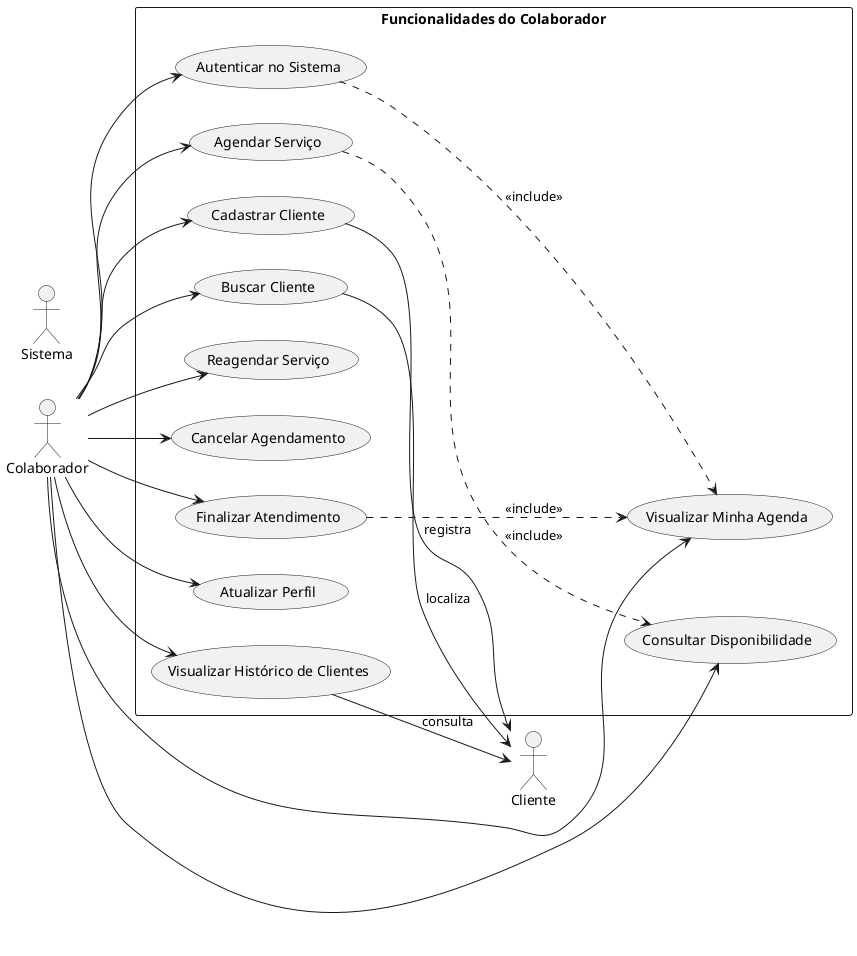
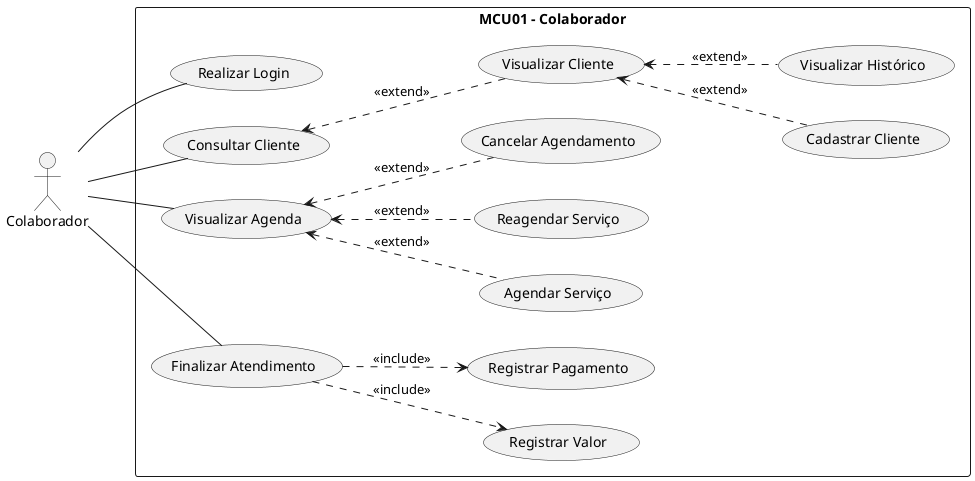
- @startuml Casos de Uso - Colaborador
+ @startuml
left to right direction

- ' ========== ATORES ==========
- :Colaborador: as Colaborador
- :Cliente: as Cliente
- :Sistema: as Sistema
+ actor "Colaborador" as colaborador

- ' ========== CASOS DE USO DO COLABORADOR ==========
- rectangle "Funcionalidades do Colaborador" {
-     usecase "Autenticar no Sistema" as UC_Auth
-     usecase "Cadastrar Cliente" as UC_CadastrarCliente
-     usecase "Buscar Cliente" as UC_BuscarCliente
-     usecase "Agendar Serviço" as UC_Agendar
-     usecase "Reagendar Serviço" as UC_Reagendar
-     usecase "Cancelar Agendamento" as UC_Cancelar
-     usecase "Finalizar Atendimento" as UC_Finalizar
-     usecase "Consultar Disponibilidade" as UC_ConsultarDisp
-     usecase "Visualizar Minha Agenda" as UC_VisAgenda
-     usecase "Atualizar Perfil" as UC_AtualizarPerfil
-     usecase "Visualizar Histórico de Clientes" as UC_HistoricoCliente
+ rectangle "MCU01 - Colaborador"{
+ 
+     usecase "Realizar Login" as login
+ 
+     usecase "Cadastrar Cliente" as cadastrar_cliente
+     usecase "Consultar Cliente" as buscar_cliente
+     usecase "Visualizar Cliente" as visualizar_cliente
+     usecase "Visualizar Histórico" as visualizar_historico
+ 
+     usecase "Agendar Serviço" as agendar
+     usecase "Reagendar Serviço" as reagendar
+     usecase "Cancelar Agendamento" as cancelar
+     usecase "Visualizar Agenda" as visualizar_agenda
+ 
+     usecase "Finalizar Atendimento" as finalizar
+     usecase "Registrar Valor" as registrar_valor
+     usecase "Registrar Pagamento" as registrar_pagamento
}

- ' ========== RELACIONAMENTOS ==========
- Colaborador --> UC_Auth
- Colaborador --> UC_CadastrarCliente
- Colaborador --> UC_BuscarCliente
- Colaborador --> UC_Agendar
- Colaborador --> UC_Reagendar
- Colaborador --> UC_Cancelar
- Colaborador --> UC_Finalizar
- Colaborador --> UC_ConsultarDisp
- Colaborador --> UC_VisAgenda
- Colaborador --> UC_AtualizarPerfil
- Colaborador --> UC_HistoricoCliente
+ colaborador -- login

- ' ========== RELACIONAMENTOS COM ENTIDADES ==========
- UC_CadastrarCliente --> Cliente : registra
- UC_BuscarCliente --> Cliente : localiza
- UC_HistoricoCliente --> Cliente : consulta
+ colaborador -- buscar_cliente
+ buscar_cliente <.. visualizar_cliente : <<extend>>
+ visualizar_cliente <.. visualizar_historico : <<extend>>
+ visualizar_cliente <.. cadastrar_cliente : <<extend>>

- ' ========== RELACIONAMENTOS DE INCLUSÃO ==========
- UC_Agendar -.-> UC_ConsultarDisp : <<include>>
- UC_Finalizar -.-> UC_VisAgenda : <<include>>
- UC_Auth -.-> UC_VisAgenda : <<include>>
+ colaborador -- visualizar_agenda
+ visualizar_agenda <.. agendar : <<extend>>
+ visualizar_agenda <.. reagendar : <<extend>>
+ visualizar_agenda <.. cancelar : <<extend>>

- @enduml
+ colaborador -- finalizar
+ finalizar ..> registrar_valor : <<include>>
+ finalizar ..> registrar_pagamento : <<include>>
+ 
+ @enduml